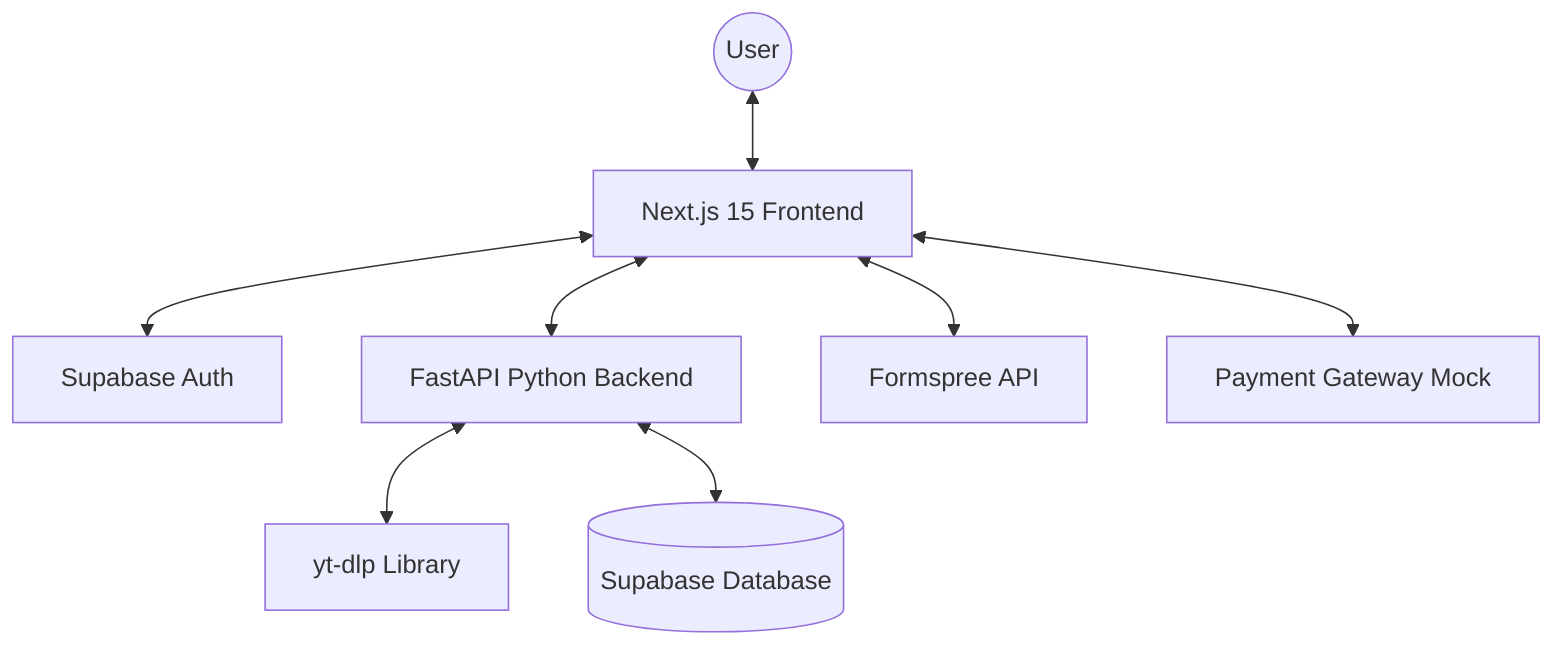
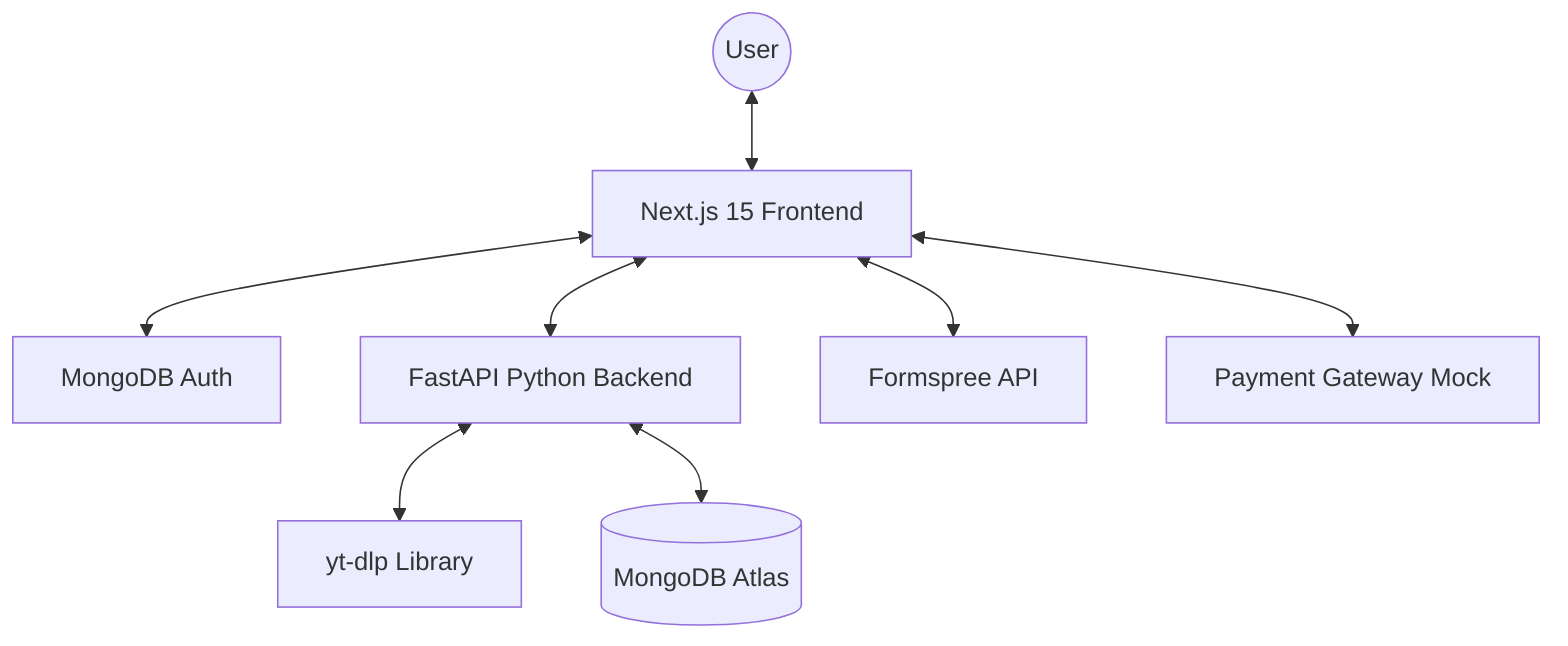
graph TD
    User((User)) <--> NextJS[Next.js 15 Frontend]
-     NextJS <--> Auth[Supabase Auth]
+     NextJS <--> Auth[MongoDB Auth]
    NextJS <--> FastAPI[FastAPI Python Backend]
    FastAPI <--> YTDLP[yt-dlp Library]
-     FastAPI <--> DB[(Supabase Database)]
+     FastAPI <--> DB[(MongoDB Atlas)]
    NextJS <--> Formspree[Formspree API]
    NextJS <--> Payment[Payment Gateway Mock]
